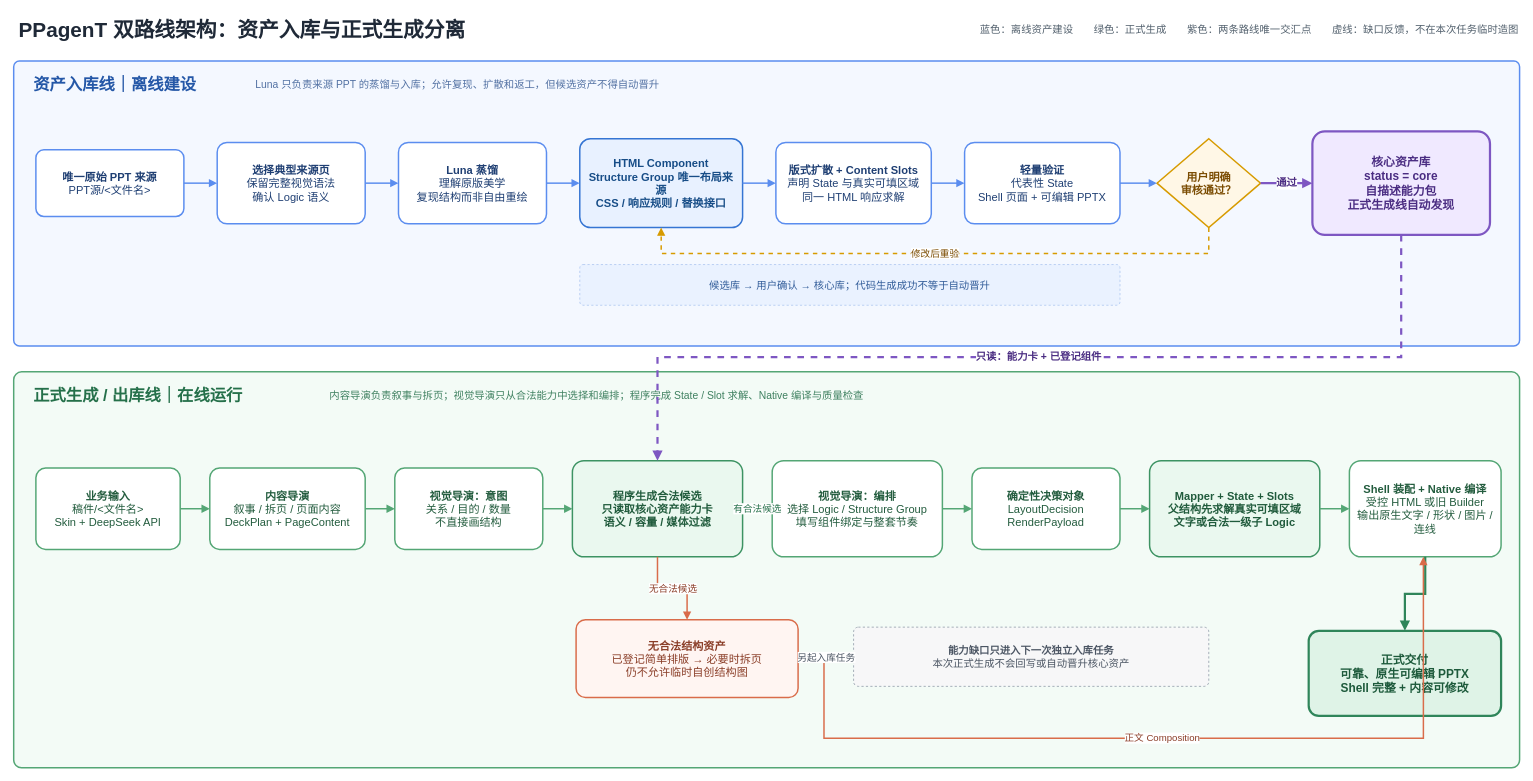
The draw.io diagram docs/架构/PPagenT-资产入库线与正式生成线.drawio in NEUwpy/PPagenT, before the edit. Source tidied: cells renumbered, new cells numbered last; positions are measured from the earlier drawing's top-left corner, leaving out a move shared by most shapes. Both pictures are drawn from the tidied source at 74%, with x=0, y=0 at pixel (13, 13).
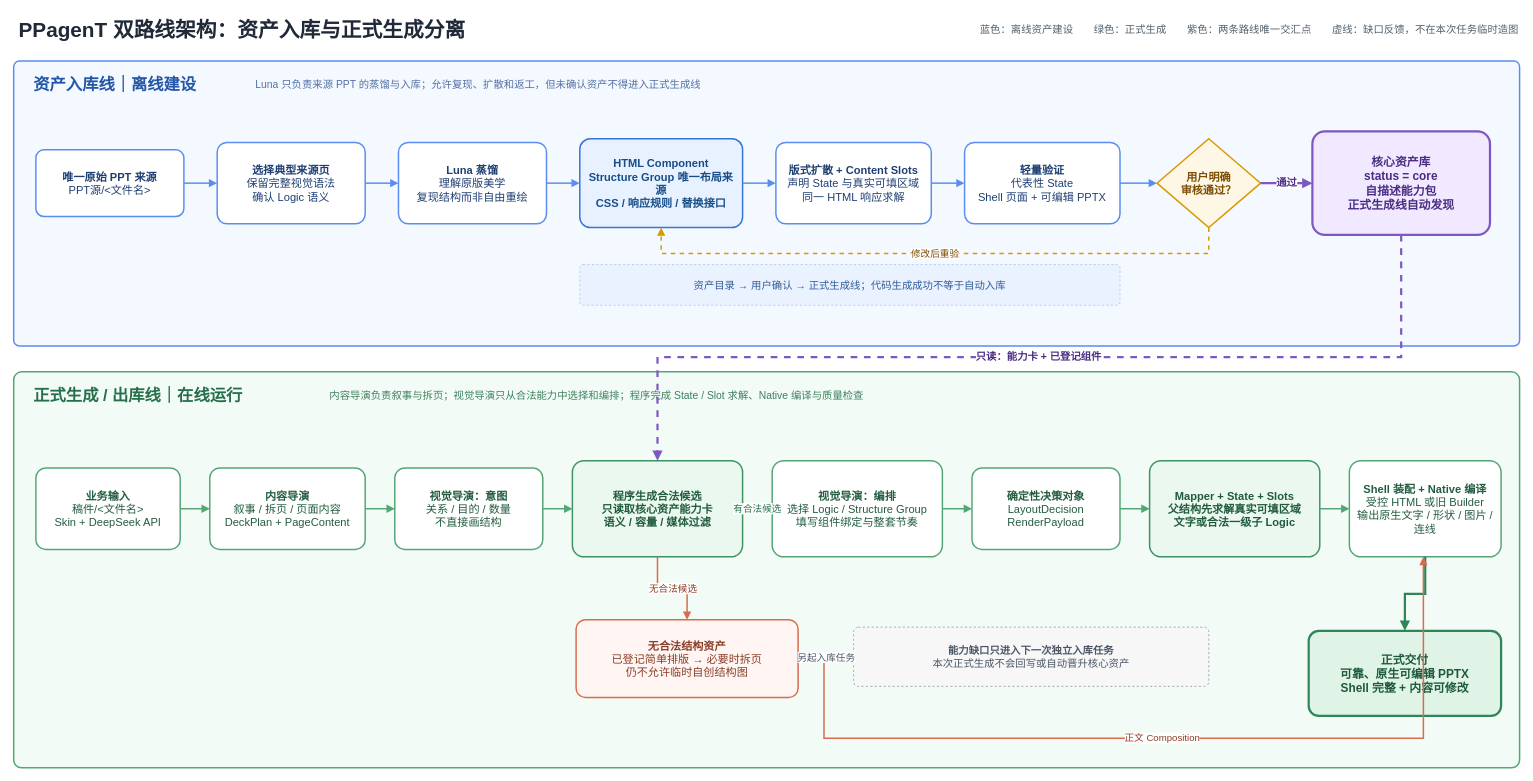
The same page after the edit.

What changed in the source:
```diff
@@
-    <mxCell id="6" value="Luna 只负责来源 PPT 的蒸馏与入库；允许复现、扩散和返工，但候选资产不得自动晋升" style="text;html=1;strokeColor=none;fillColor=none;align=left;verticalAlign=middle;fontSize=14;fontColor=#5271A3;" parent="1" vertex="1">
+    <mxCell id="6" value="Luna 只负责来源 PPT 的蒸馏与入库；允许复现、扩散和返工，但未确认资产不得进入正式生成线" style="text;html=1;strokeColor=none;fillColor=none;align=left;verticalAlign=middle;fontSize=14;fontColor=#5271A3;" parent="1" vertex="1">
       <mxGeometry x="325" y="82" width="1250" height="30" as="geometry" />
     </mxCell>
@@
-    <mxCell id="15" value="候选库 → 用户确认 → 核心库；代码生成成功不等于自动晋升" style="rounded=1;whiteSpace=wrap;html=1;arcSize=8;fillColor=#EAF2FF;strokeColor=#A8C4EF;dashed=1;fontSize=14;fontColor=#315C99;" parent="1" vertex="1">
+    <mxCell id="15" value="资产目录 → 用户确认 → 正式生成线；代码生成成功不等于自动入库" style="rounded=1;whiteSpace=wrap;html=1;arcSize=8;fillColor=#EAF2FF;strokeColor=#A8C4EF;dashed=1;fontSize=14;fontColor=#315C99;" parent="1" vertex="1">
       <mxGeometry x="765" y="340" width="730" height="55" as="geometry" />
     </mxCell>
```
